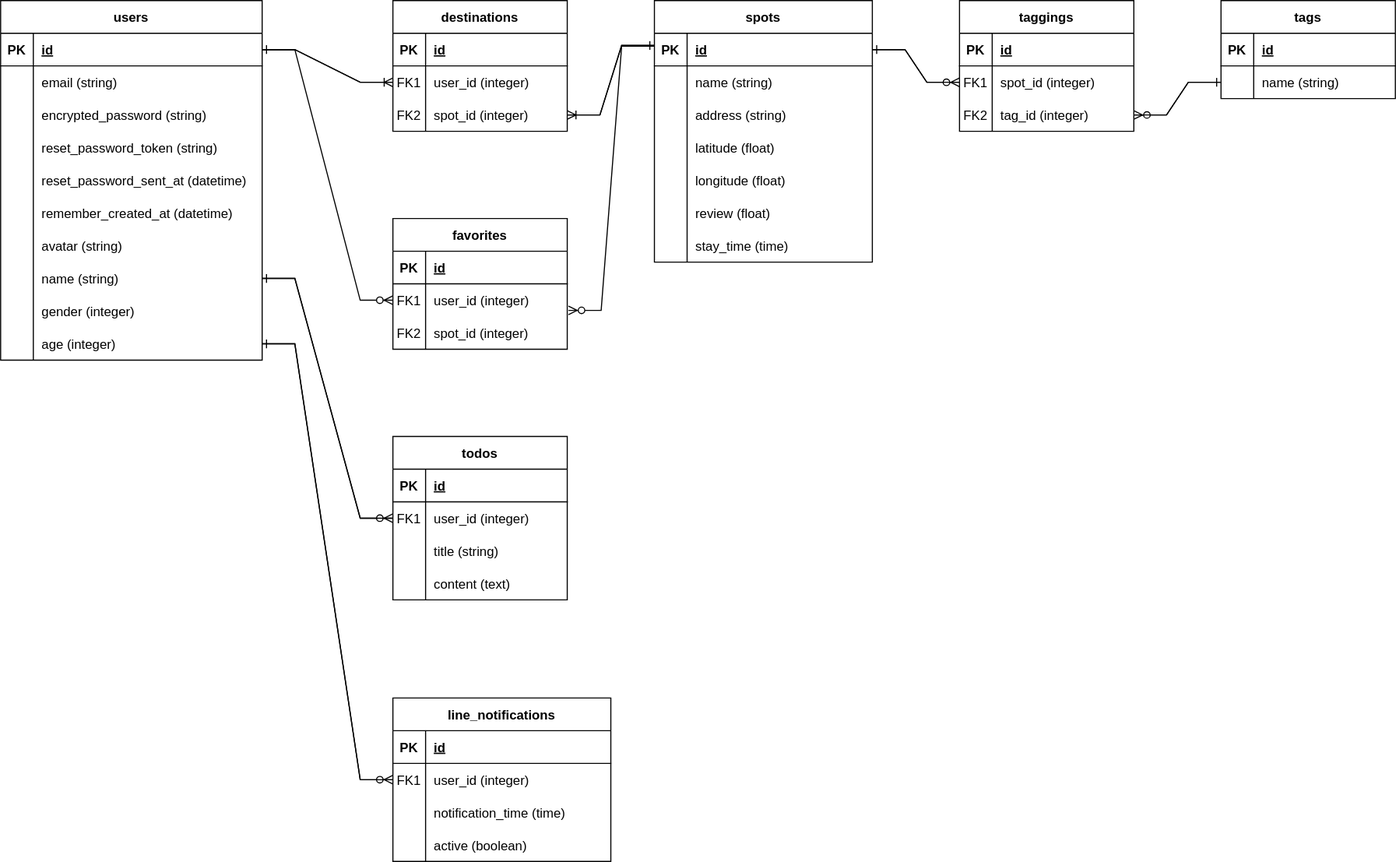
Earlier version of the draw.io export ER_diagram.drawio.svg (yu70-m5d/free-time-navigator). Source tidied: cells renumbered, new cells last; positions are measured from the earlier drawing's top-left corner, leaving out a move shared by most shapes.
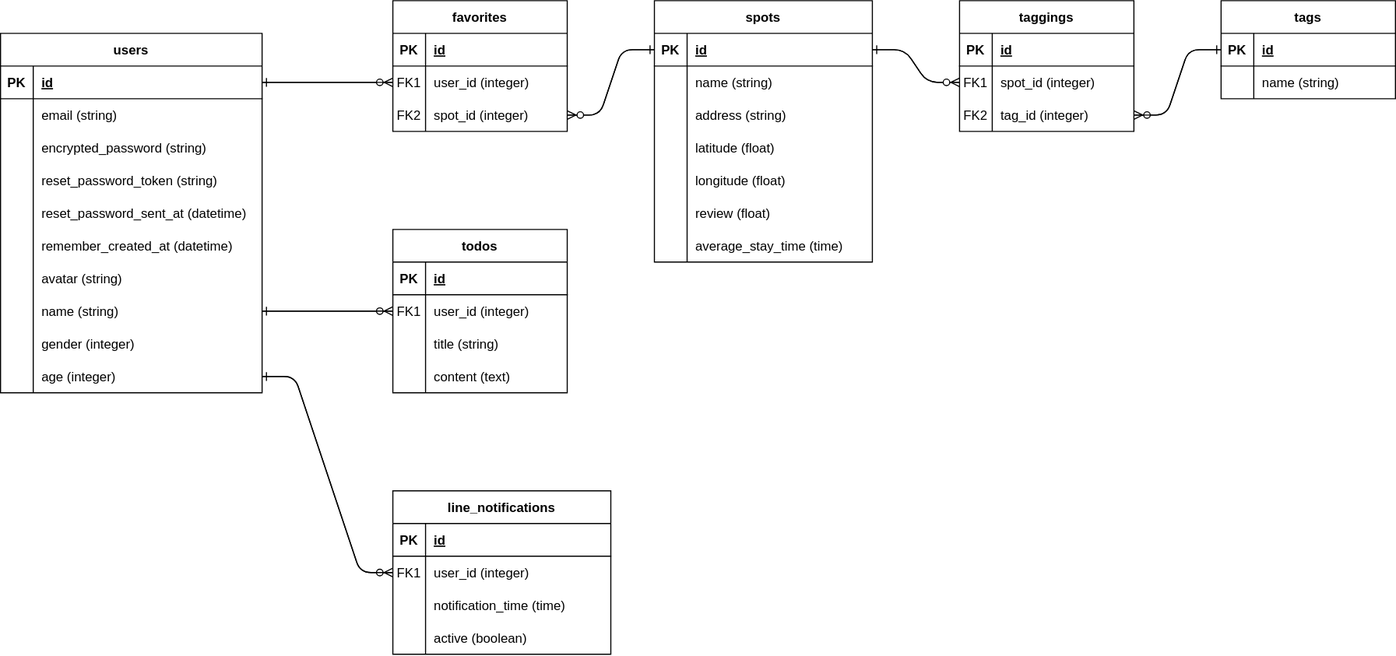
After the change.

Commit message:
修正2:ER図修正

Diff of the diagram source:
```diff
@@ -65,11 +65,11 @@
     <mxCell id="22" style="shape=partialRectangle;overflow=hidden;fillColor=none;top=0;left=0;bottom=0;right=0;" parent="21" vertex="1">
       <mxGeometry width="30" height="30" as="geometry" />
     </mxCell>
-    <mxCell id="23" value="stay_time (time)" style="shape=partialRectangle;overflow=hidden;fillColor=none;top=0;left=0;bottom=0;right=0;align=left;spacingLeft=6;" parent="21" vertex="1">
+    <mxCell id="23" value="average_stay_time (time)" style="shape=partialRectangle;overflow=hidden;fillColor=none;top=0;left=0;bottom=0;right=0;align=left;spacingLeft=6;" parent="21" vertex="1">
       <mxGeometry x="30" width="170" height="30" as="geometry" />
     </mxCell>
     <mxCell id="24" value="favorites" style="shape=table;startSize=30;rowLines=0;fontStyle=1;align=center;" parent="1" vertex="1">
-      <mxGeometry x="360" y="200" width="160" height="120" as="geometry" />
+      <mxGeometry x="360" width="160" height="120" as="geometry" />
     </mxCell>
     <mxCell id="25" style="shape=partialRectangle;fillColor=none;top=0;left=0;right=0;bottom=1;" parent="24" vertex="1">
       <mxGeometry y="30" width="160" height="30" as="geometry" />
@@ -99,7 +99,7 @@
       <mxGeometry x="30" width="130" height="30" as="geometry" />
     </mxCell>
     <mxCell id="34" value="users" style="shape=table;startSize=30;rowLines=0;fontStyle=1;align=center;" parent="1" vertex="1">
-      <mxGeometry width="240" height="330" as="geometry" />
+      <mxGeometry y="30" width="240" height="330" as="geometry" />
     </mxCell>
     <mxCell id="35" style="shape=partialRectangle;fillColor=none;points=[[0,0.5],[1,0.5]];portConstraint=eastwest;top=0;left=0;right=0;bottom=1;" parent="34" vertex="1">
       <mxGeometry y="30" width="240" height="30" as="geometry" />
@@ -213,7 +213,7 @@
       <mxGeometry x="30" width="130" height="30" as="geometry" />
     </mxCell>
     <mxCell id="72" value="todos" style="shape=table;startSize=30;rowLines=0;fontStyle=1;align=center;" parent="1" vertex="1">
-      <mxGeometry x="360" y="400" width="160" height="150" as="geometry" />
+      <mxGeometry x="360" y="210" width="160" height="150" as="geometry" />
     </mxCell>
     <mxCell id="73" style="shape=partialRectangle;fillColor=none;top=0;left=0;right=0;bottom=1;" parent="72" vertex="1">
       <mxGeometry y="30" width="160" height="30" as="geometry" />
@@ -251,59 +251,9 @@
     <mxCell id="84" value="content (text)" style="shape=partialRectangle;overflow=hidden;fillColor=none;top=0;left=0;bottom=0;right=0;align=left;spacingLeft=6;" parent="82" vertex="1">
       <mxGeometry x="30" width="130" height="30" as="geometry" />
     </mxCell>
-    <mxCell id="85" value="destinations" style="shape=table;startSize=30;rowLines=0;fontStyle=1;align=center;" parent="1" vertex="1">
-      <mxGeometry x="360" width="160" height="120" as="geometry" />
-    </mxCell>
-    <mxCell id="86" style="shape=partialRectangle;fillColor=none;top=0;left=0;right=0;bottom=1;" parent="85" vertex="1">
-      <mxGeometry y="30" width="160" height="30" as="geometry" />
-    </mxCell>
-    <mxCell id="87" value="PK" style="shape=partialRectangle;overflow=hidden;fillColor=none;top=0;left=0;bottom=0;right=0;fontStyle=1;" parent="86" vertex="1">
-      <mxGeometry width="30" height="30" as="geometry" />
-    </mxCell>
-    <mxCell id="88" value="id" style="shape=partialRectangle;overflow=hidden;fillColor=none;top=0;left=0;bottom=0;right=0;align=left;spacingLeft=6;fontStyle=5;" parent="86" vertex="1">
-      <mxGeometry x="30" width="130" height="30" as="geometry" />
-    </mxCell>
-    <mxCell id="89" style="shape=partialRectangle;fillColor=none;points=[[0,0.5],[1,0.5]];portConstraint=eastwest;top=0;left=0;right=0;bottom=0;" parent="85" vertex="1">
-      <mxGeometry y="60" width="160" height="30" as="geometry" />
-    </mxCell>
-    <mxCell id="90" value="FK1" style="shape=partialRectangle;overflow=hidden;fillColor=none;top=0;left=0;bottom=0;right=0;" parent="89" vertex="1">
-      <mxGeometry width="30" height="30" as="geometry" />
-    </mxCell>
-    <mxCell id="91" value="user_id (integer)" style="shape=partialRectangle;overflow=hidden;fillColor=none;top=0;left=0;bottom=0;right=0;align=left;spacingLeft=6;" parent="89" vertex="1">
-      <mxGeometry x="30" width="130" height="30" as="geometry" />
-    </mxCell>
-    <mxCell id="92" style="shape=partialRectangle;fillColor=none;points=[[0,0.5],[1,0.5]];portConstraint=eastwest;top=0;left=0;right=0;bottom=0;" parent="85" vertex="1">
-      <mxGeometry y="90" width="160" height="30" as="geometry" />
-    </mxCell>
-    <mxCell id="93" value="FK2" style="shape=partialRectangle;overflow=hidden;fillColor=none;top=0;left=0;bottom=0;right=0;" parent="92" vertex="1">
-      <mxGeometry width="30" height="30" as="geometry" />
-    </mxCell>
-    <mxCell id="94" value="spot_id (integer)" style="shape=partialRectangle;overflow=hidden;fillColor=none;top=0;left=0;bottom=0;right=0;align=left;spacingLeft=6;" parent="92" vertex="1">
-      <mxGeometry x="30" width="130" height="30" as="geometry" />
-    </mxCell>
-    <mxCell id="95" style="edgeStyle=entityRelationEdgeStyle;fontSize=12;html=1;endArrow=ERoneToMany;rounded=0;entryX=0;entryY=0.5;entryDx=0;entryDy=0;exitX=1;exitY=0.5;exitDx=0;exitDy=0;" parent="1" edge="1" source="35" target="89">
-      <mxGeometry relative="1" as="geometry" />
-    </mxCell>
-    <mxCell id="96" style="edgeStyle=entityRelationEdgeStyle;fontSize=12;html=1;endArrow=ERone;endFill=1;rounded=0;entryX=1;entryY=0.5;entryDx=0;entryDy=0;exitX=0;exitY=0.5;exitDx=0;exitDy=0;" parent="1" edge="1" source="89" target="35">
-      <mxGeometry relative="1" as="geometry" />
-    </mxCell>
-    <mxCell id="97" style="edgeStyle=entityRelationEdgeStyle;fontSize=12;html=1;endArrow=ERone;endFill=1;rounded=0;exitX=1;exitY=0.5;exitDx=0;exitDy=0;entryX=-0.001;entryY=0.375;entryDx=0;entryDy=0;entryPerimeter=0;" parent="1" edge="1" source="92" target="3">
-      <mxGeometry relative="1" as="geometry">
-        <Array as="points">
-          <mxPoint x="730" y="80" />
-          <mxPoint x="920" y="20" />
-        </Array>
-      </mxGeometry>
-    </mxCell>
-    <mxCell id="98" style="edgeStyle=entityRelationEdgeStyle;fontSize=12;html=1;endArrow=ERoneToMany;rounded=0;exitX=-0.001;exitY=0.398;exitDx=0;exitDy=0;exitPerimeter=0;entryX=1;entryY=0.5;entryDx=0;entryDy=0;" parent="1" edge="1" source="3" target="92">
-      <mxGeometry relative="1" as="geometry" />
-    </mxCell>
     <mxCell id="99" style="edgeStyle=entityRelationEdgeStyle;fontSize=12;html=1;endArrow=ERzeroToMany;endFill=1;rounded=0;entryX=0;entryY=0.5;entryDx=0;entryDy=0;exitX=1;exitY=0.5;exitDx=0;exitDy=0;" parent="1" edge="1" source="35" target="28">
       <mxGeometry relative="1" as="geometry" />
     </mxCell>
-    <mxCell id="100" style="edgeStyle=entityRelationEdgeStyle;fontSize=12;html=1;endArrow=ERzeroToMany;endFill=1;rounded=0;exitX=0;exitY=0.367;exitDx=0;exitDy=0;entryX=1.007;entryY=-0.189;entryDx=0;entryDy=0;entryPerimeter=0;exitPerimeter=0;" parent="1" edge="1" source="3" target="31">
-      <mxGeometry relative="1" as="geometry" />
-    </mxCell>
     <mxCell id="101" style="edgeStyle=entityRelationEdgeStyle;fontSize=12;html=1;endArrow=ERzeroToMany;endFill=1;rounded=0;exitX=1;exitY=0.5;exitDx=0;exitDy=0;entryX=0;entryY=0.5;entryDx=0;entryDy=0;" parent="1" edge="1" source="56" target="76">
       <mxGeometry relative="1" as="geometry">
         <Array as="points">
@@ -345,7 +295,7 @@
       <mxGeometry x="30" width="130" height="30" as="geometry" />
     </mxCell>
     <mxCell id="113" value="line_notifications" style="shape=table;startSize=30;rowLines=0;fontStyle=1;align=center;" parent="1" vertex="1">
-      <mxGeometry x="360" y="640" width="200" height="150" as="geometry" />
+      <mxGeometry x="360" y="450" width="200" height="150" as="geometry" />
     </mxCell>
     <mxCell id="114" style="shape=partialRectangle;fillColor=none;top=0;left=0;right=0;bottom=1;" parent="113" vertex="1">
       <mxGeometry y="30" width="200" height="30" as="geometry" />
@@ -383,29 +333,32 @@
     <mxCell id="125" value="active (boolean)" style="shape=partialRectangle;overflow=hidden;fillColor=none;top=0;left=0;bottom=0;right=0;align=left;spacingLeft=6;" parent="123" vertex="1">
       <mxGeometry x="30" width="170" height="30" as="geometry" />
     </mxCell>
-    <mxCell id="126" style="edgeStyle=entityRelationEdgeStyle;fontSize=12;html=1;endArrow=ERzeroToMany;endFill=1;rounded=0;exitX=1;exitY=0.5;exitDx=0;exitDy=0;entryX=0;entryY=0.5;entryDx=0;entryDy=0;" parent="1" edge="1" source="3" target="107">
-      <mxGeometry relative="1" as="geometry" />
-    </mxCell>
-    <mxCell id="127" style="edgeStyle=entityRelationEdgeStyle;fontSize=12;html=1;endArrow=ERone;endFill=1;rounded=0;entryX=1;entryY=0.5;entryDx=0;entryDy=0;exitX=0;exitY=0.5;exitDx=0;exitDy=0;" parent="1" edge="1" source="107" target="3">
-      <mxGeometry relative="1" as="geometry" />
-    </mxCell>
-    <mxCell id="128" style="edgeStyle=entityRelationEdgeStyle;fontSize=12;html=1;endArrow=ERzeroToMany;endFill=1;rounded=0;entryX=1;entryY=0.5;entryDx=0;entryDy=0;exitX=0;exitY=0.5;exitDx=0;exitDy=0;" parent="1" edge="1" source="69" target="110">
-      <mxGeometry relative="1" as="geometry" />
-    </mxCell>
-    <mxCell id="129" style="edgeStyle=entityRelationEdgeStyle;fontSize=12;html=1;endArrow=ERone;endFill=1;rounded=0;entryX=0;entryY=0.5;entryDx=0;entryDy=0;exitX=1;exitY=0.5;exitDx=0;exitDy=0;" parent="1" edge="1" source="110" target="69">
-      <mxGeometry relative="1" as="geometry" />
-    </mxCell>
+    <mxCell id="132" style="edgeStyle=entityRelationEdgeStyle;fontSize=12;html=1;endArrow=ERone;endFill=1;entryX=1;entryY=0.5;entryDx=0;entryDy=0;exitX=0;exitY=0.5;exitDx=0;exitDy=0;" parent="1" edge="1" source="28" target="35">
+      <mxGeometry relative="1" as="geometry" />
+    </mxCell>
+    <mxCell id="133" style="edgeStyle=entityRelationEdgeStyle;fontSize=12;html=1;endArrow=ERone;endFill=1;entryX=0;entryY=0.5;entryDx=0;entryDy=0;exitX=1;exitY=0.5;exitDx=0;exitDy=0;" parent="1" edge="1" source="31" target="3">
+      <mxGeometry relative="1" as="geometry" />
+    </mxCell>
+    <mxCell id="100" style="edgeStyle=entityRelationEdgeStyle;fontSize=12;html=1;endArrow=ERzeroToMany;endFill=1;entryX=1;entryY=0.5;entryDx=0;entryDy=0;exitX=0;exitY=0.5;exitDx=0;exitDy=0;" parent="1" edge="1" source="3" target="31">
+      <mxGeometry relative="1" as="geometry" />
+    </mxCell>
-    <mxCell id="130" style="edgeStyle=entityRelationEdgeStyle;fontSize=12;html=1;endArrow=ERzeroToMany;endFill=1;rounded=0;entryX=0;entryY=0.5;entryDx=0;entryDy=0;exitX=1;exitY=0.5;exitDx=0;exitDy=0;" parent="1" edge="1" source="62" target="117">
+    <mxCell id="130" style="edgeStyle=entityRelationEdgeStyle;fontSize=12;html=1;endArrow=ERzeroToMany;endFill=1;entryX=0;entryY=0.5;entryDx=0;entryDy=0;exitX=1;exitY=0.5;exitDx=0;exitDy=0;" parent="1" edge="1" source="62" target="117">
       <mxGeometry relative="1" as="geometry" />
     </mxCell>
-    <mxCell id="131" style="edgeStyle=entityRelationEdgeStyle;fontSize=12;html=1;endArrow=ERone;endFill=1;rounded=0;entryX=1;entryY=0.5;entryDx=0;entryDy=0;exitX=0;exitY=0.5;exitDx=0;exitDy=0;" parent="1" edge="1" source="117" target="62">
-      <mxGeometry relative="1" as="geometry">
-        <Array as="points">
-          <mxPoint x="260" y="400" />
-          <mxPoint x="270" y="510" />
-          <mxPoint x="260" y="400" />
-        </Array>
-      </mxGeometry>
+    <mxCell id="131" style="edgeStyle=entityRelationEdgeStyle;fontSize=12;html=1;endArrow=ERone;endFill=1;entryX=1;entryY=0.5;entryDx=0;entryDy=0;exitX=0;exitY=0.5;exitDx=0;exitDy=0;" parent="1" edge="1" source="117" target="62">
+      <mxGeometry relative="1" as="geometry" />
     </mxCell>
+    <mxCell id="127" style="edgeStyle=entityRelationEdgeStyle;fontSize=12;html=1;endArrow=ERone;endFill=1;entryX=1;entryY=0.5;entryDx=0;entryDy=0;exitX=0;exitY=0.5;exitDx=0;exitDy=0;" parent="1" edge="1" source="107" target="3">
+      <mxGeometry relative="1" as="geometry" />
+    </mxCell>
+    <mxCell id="126" style="edgeStyle=entityRelationEdgeStyle;fontSize=12;html=1;endArrow=ERzeroToMany;endFill=1;entryX=0;entryY=0.5;entryDx=0;entryDy=0;exitX=1;exitY=0.5;exitDx=0;exitDy=0;" parent="1" edge="1" source="3" target="107">
+      <mxGeometry relative="1" as="geometry" />
+    </mxCell>
+    <mxCell id="134" style="edgeStyle=entityRelationEdgeStyle;fontSize=12;html=1;endArrow=ERzeroToMany;endFill=1;entryX=1;entryY=0.5;entryDx=0;entryDy=0;exitX=0;exitY=0.5;exitDx=0;exitDy=0;" parent="1" edge="1" source="66" target="110">
+      <mxGeometry relative="1" as="geometry" />
+    </mxCell>
+    <mxCell id="135" style="edgeStyle=entityRelationEdgeStyle;fontSize=12;html=1;endArrow=ERone;endFill=1;entryX=0;entryY=0.5;entryDx=0;entryDy=0;exitX=1;exitY=0.5;exitDx=0;exitDy=0;" parent="1" edge="1" source="110" target="66">
+      <mxGeometry relative="1" as="geometry" />
+    </mxCell>
   </root>
 </mxGraphModel>
```
